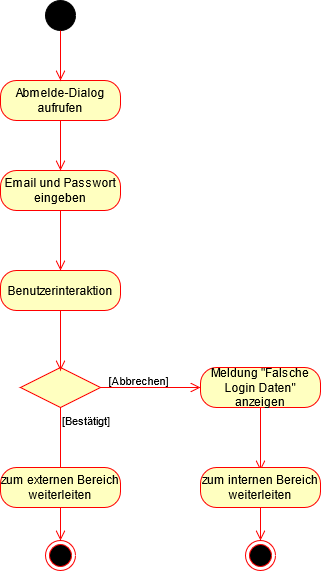
Before: Diagramme/Usermanagement/Abmelden.png, a diagram exported from draw.io (dnickel8/SGSETeam3). Source tidied: cells renumbered, new cells last; positions are measured from the earlier drawing's top-left corner, leaving out a move shared by most shapes.
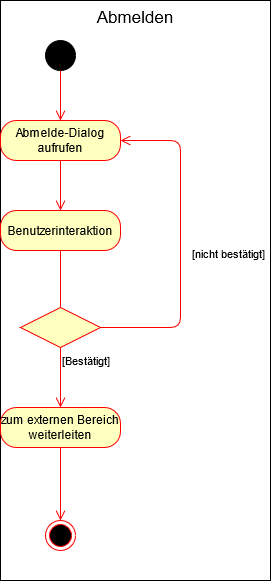
After the commit.

The edit, as a diff of the source:
```diff
@@ -2,6 +2,9 @@
   <root>
     <mxCell id="0" />
     <mxCell id="1" parent="0" />
+    <mxCell id="21" value="Abmelden" style="rounded=0;whiteSpace=wrap;html=1;fontSize=17;verticalAlign=top;" parent="1" vertex="1">
+      <mxGeometry y="-40" width="270" height="580" as="geometry" />
+    </mxCell>
     <mxCell id="2" style="ellipse;whiteSpace=wrap;html=1;fillColor=#000000;" parent="1" vertex="1">
       <mxGeometry x="45" width="30" height="30" as="geometry" />
     </mxCell>
@@ -11,63 +14,40 @@
     <mxCell id="4" style="edgeStyle=orthogonalEdgeStyle;html=1;verticalAlign=bottom;endArrow=open;endSize=8;strokeColor=#ff0000;exitX=0.5;exitY=1;exitDx=0;exitDy=0;entryX=0.5;entryY=0;entryDx=0;entryDy=0;" parent="1" edge="1" source="2" target="3">
       <mxGeometry relative="1" as="geometry" />
     </mxCell>
-    <mxCell id="5" value="&lt;div&gt;Email und Passwort eingeben&lt;/div&gt;" style="rounded=1;whiteSpace=wrap;html=1;arcSize=40;fontColor=#000000;fillColor=#ffffc0;strokeColor=#ff0000;" parent="1" vertex="1">
-      <mxGeometry y="170" width="120" height="40" as="geometry" />
-    </mxCell>
-    <mxCell id="6" style="edgeStyle=orthogonalEdgeStyle;html=1;verticalAlign=bottom;endArrow=open;endSize=8;strokeColor=#ff0000;" parent="1" edge="1" source="5">
-      <mxGeometry relative="1" as="geometry">
-        <mxPoint x="60" y="270" as="targetPoint" />
-      </mxGeometry>
-    </mxCell>
     <mxCell id="7" style="rhombus;whiteSpace=wrap;html=1;fillColor=#ffffc0;strokeColor=#ff0000;" parent="1" vertex="1">
-      <mxGeometry x="20" y="367" width="80" height="40" as="geometry" />
+      <mxGeometry x="20" y="267" width="80" height="40" as="geometry" />
     </mxCell>
-    <mxCell id="8" style="edgeStyle=orthogonalEdgeStyle;html=1;align=left;verticalAlign=bottom;endArrow=open;endSize=8;strokeColor=#ff0000;entryX=0;entryY=0.5;entryDx=0;entryDy=0;" parent="1" edge="1" source="7" target="13">
-      <mxGeometry x="-1" relative="1" as="geometry" />
-    </mxCell>
-    <mxCell id="9" value="[Abbrechen]" style="edgeLabel;html=1;align=center;verticalAlign=middle;" parent="8" vertex="1">
-      <mxGeometry x="-0.26" y="8" relative="1" as="geometry" />
-    </mxCell>
-    <mxCell id="10" value="[Bestätigt]" style="edgeStyle=orthogonalEdgeStyle;html=1;align=left;verticalAlign=top;endArrow=open;endSize=8;strokeColor=#ff0000;" parent="1" edge="1" source="7">
-      <mxGeometry x="-1" relative="1" as="geometry">
-        <mxPoint x="60" y="540" as="targetPoint" />
-      </mxGeometry>
+    <mxCell id="10" value="[Bestätigt]" style="edgeStyle=orthogonalEdgeStyle;html=1;align=left;verticalAlign=top;endArrow=open;endSize=8;strokeColor=#ff0000;entryX=0.5;entryY=0;entryDx=0;entryDy=0;" parent="1" edge="1" source="7" target="11">
+      <mxGeometry x="-1" relative="1" as="geometry" />
     </mxCell>
     <mxCell id="11" value="zum externen Bereich weiterleiten" style="rounded=1;whiteSpace=wrap;html=1;arcSize=40;fontColor=#000000;fillColor=#ffffc0;strokeColor=#ff0000;" parent="1" vertex="1">
-      <mxGeometry y="467" width="120" height="40" as="geometry" />
+      <mxGeometry y="367" width="120" height="40" as="geometry" />
     </mxCell>
     <mxCell id="12" style="ellipse;html=1;shape=endState;fillColor=#000000;strokeColor=#ff0000;" parent="1" vertex="1">
-      <mxGeometry x="45" y="540" width="30" height="30" as="geometry" />
+      <mxGeometry x="45" y="480" width="30" height="30" as="geometry" />
     </mxCell>
-    <mxCell id="13" value="Meldung &quot;Falsche Login Daten&quot; anzeigen" style="rounded=1;whiteSpace=wrap;html=1;arcSize=40;fontColor=#000000;fillColor=#ffffc0;strokeColor=#ff0000;" parent="1" vertex="1">
-      <mxGeometry x="200" y="367" width="120" height="40" as="geometry" />
-    </mxCell>
-    <mxCell id="14" style="edgeStyle=orthogonalEdgeStyle;html=1;verticalAlign=bottom;endArrow=open;endSize=8;strokeColor=#ff0000;exitX=0.5;exitY=1;exitDx=0;exitDy=0;" parent="1" edge="1" source="13">
-      <mxGeometry relative="1" as="geometry">
-        <mxPoint x="260" y="470" as="targetPoint" />
-      </mxGeometry>
-    </mxCell>
-    <mxCell id="15" style="edgeStyle=orthogonalEdgeStyle;html=1;verticalAlign=bottom;endArrow=open;endSize=8;strokeColor=#ff0000;exitX=0.5;exitY=1;exitDx=0;exitDy=0;entryX=0.5;entryY=0;entryDx=0;entryDy=0;" parent="1" edge="1" target="5">
+    <mxCell id="15" style="edgeStyle=orthogonalEdgeStyle;html=1;verticalAlign=bottom;endArrow=open;endSize=8;strokeColor=#ff0000;exitX=0.5;exitY=1;exitDx=0;exitDy=0;entryX=0.5;entryY=0;entryDx=0;entryDy=0;" parent="1" edge="1">
       <mxGeometry relative="1" as="geometry">
         <mxPoint x="60" y="120" as="sourcePoint" />
+        <mxPoint x="60" y="170" as="targetPoint" />
       </mxGeometry>
     </mxCell>
     <mxCell id="16" value="Benutzerinteraktion" style="rounded=1;whiteSpace=wrap;html=1;arcSize=40;fontColor=#000000;fillColor=#ffffc0;strokeColor=#ff0000;" parent="1" vertex="1">
-      <mxGeometry y="270" width="120" height="40" as="geometry" />
+      <mxGeometry y="170" width="120" height="40" as="geometry" />
     </mxCell>
-    <mxCell id="17" style="edgeStyle=orthogonalEdgeStyle;html=1;verticalAlign=bottom;endArrow=open;endSize=8;strokeColor=#ff0000;" parent="1" edge="1" source="16">
-      <mxGeometry relative="1" as="geometry">
-        <mxPoint x="60" y="370" as="targetPoint" />
-      </mxGeometry>
-    </mxCell>
-    <mxCell id="18" value="zum internen Bereich weiterleiten" style="rounded=1;whiteSpace=wrap;html=1;arcSize=40;fontColor=#000000;fillColor=#ffffc0;strokeColor=#ff0000;" parent="1" vertex="1">
-      <mxGeometry x="200" y="467" width="120" height="40" as="geometry" />
-    </mxCell>
-    <mxCell id="19" style="ellipse;html=1;shape=endState;fillColor=#000000;strokeColor=#ff0000;" parent="1" vertex="1">
-      <mxGeometry x="245" y="540" width="30" height="30" as="geometry" />
-    </mxCell>
-    <mxCell id="20" style="edgeStyle=orthogonalEdgeStyle;html=1;verticalAlign=bottom;endArrow=open;endSize=8;strokeColor=#ff0000;exitX=0.5;exitY=1;exitDx=0;exitDy=0;entryX=0.5;entryY=0;entryDx=0;entryDy=0;" parent="1" edge="1" source="18" target="19">
-      <mxGeometry relative="1" as="geometry" />
-    </mxCell>
+    <mxCell id="22" style="edgeStyle=orthogonalEdgeStyle;html=1;align=left;verticalAlign=top;endArrow=open;endSize=8;strokeColor=#ff0000;entryX=0.5;entryY=0;entryDx=0;entryDy=0;exitX=0.5;exitY=1;exitDx=0;exitDy=0;" parent="1" edge="1" source="11" target="12">
+      <mxGeometry x="-1" relative="1" as="geometry" />
+    </mxCell>
+    <mxCell id="23" value="[nicht bestätigt]" style="edgeStyle=orthogonalEdgeStyle;html=1;align=left;verticalAlign=top;endArrow=open;endSize=8;strokeColor=#ff0000;exitX=1;exitY=0.5;exitDx=0;exitDy=0;entryX=1;entryY=0.5;entryDx=0;entryDy=0;" parent="1" edge="1" source="7" target="3">
+      <mxGeometry x="0.02" y="-10" relative="1" as="geometry">
+        <Array as="points">
+          <mxPoint x="180" y="287" />
+          <mxPoint x="180" y="100" />
+        </Array>
+      </mxGeometry>
+    </mxCell>
+    <mxCell id="24" style="edgeStyle=orthogonalEdgeStyle;html=1;verticalAlign=bottom;endArrow=none;endSize=8;strokeColor=#ff0000;entryX=0.5;entryY=0;entryDx=0;entryDy=0;" parent="1" edge="1" source="16" target="7">
+      <mxGeometry relative="1" as="geometry" />
+    </mxCell>
   </root>
 </mxGraphModel>
```
